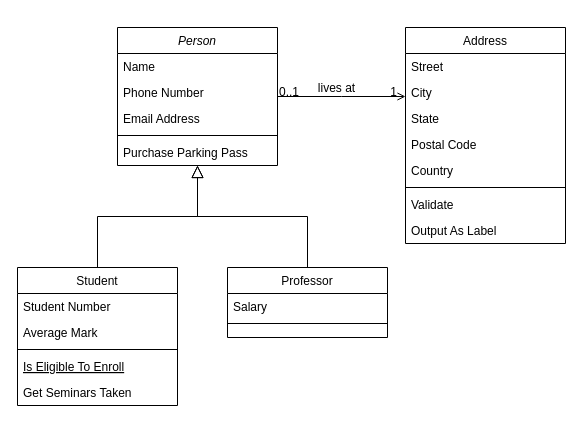
The draw.io diagram ThredLocal.drawio in belizer/whole-diagrams, before the edit. Source tidied: cells renumbered, new cells numbered last; positions are measured from the earlier drawing's top-left corner, leaving out a move shared by most shapes. Both pictures are drawn from the tidied source at 100%, with x=0, y=0 at pixel (17, 27).
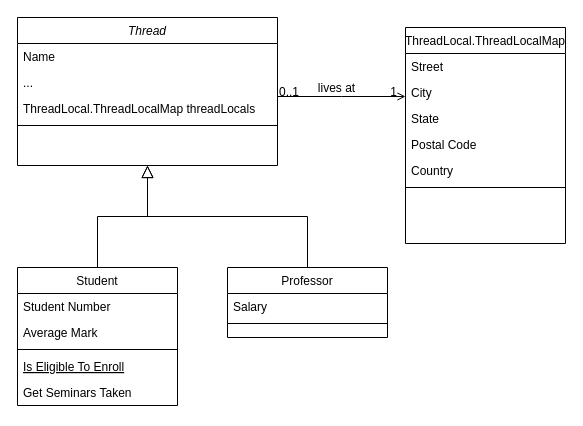
The same page after the edit.

Change to the diagram source:
```diff
@@
-    <mxCell id="2" value="Person" style="swimlane;fontStyle=2;align=center;verticalAlign=top;horizontal=1;startSize=26;rounded=0;shadow=0;strokeWidth=1;" parent="1" vertex="1">
-      <mxGeometry x="100" width="160" height="138" as="geometry" />
+    <mxCell id="2" value="Thread" style="swimlane;fontStyle=2;align=center;verticalAlign=top;horizontal=1;startSize=26;rounded=0;shadow=0;strokeWidth=1;" parent="1" vertex="1">
+      <mxGeometry y="-10" width="260" height="148" as="geometry" />
     </mxCell>
     <mxCell id="3" value="Name" style="text;align=left;verticalAlign=top;spacingLeft=4;spacingRight=4;overflow=hidden;" parent="2" vertex="1">
-      <mxGeometry y="26" width="160" height="26" as="geometry" />
+      <mxGeometry y="26" width="260" height="26" as="geometry" />
     </mxCell>
-    <mxCell id="4" value="Phone Number" style="text;align=left;verticalAlign=top;spacingLeft=4;spacingRight=4;overflow=hidden;rounded=0;shadow=0;html=0;" parent="2" vertex="1">
-      <mxGeometry y="52" width="160" height="26" as="geometry" />
+    <mxCell id="4" value="..." style="text;align=left;verticalAlign=top;spacingLeft=4;spacingRight=4;overflow=hidden;rounded=0;shadow=0;html=0;" parent="2" vertex="1">
+      <mxGeometry y="52" width="260" height="26" as="geometry" />
     </mxCell>
-    <mxCell id="5" value="Email Address" style="text;align=left;verticalAlign=top;spacingLeft=4;spacingRight=4;overflow=hidden;rounded=0;shadow=0;html=0;" parent="2" vertex="1">
-      <mxGeometry y="78" width="160" height="26" as="geometry" />
+    <mxCell id="5" value="ThreadLocal.ThreadLocalMap threadLocals" style="text;align=left;verticalAlign=top;spacingLeft=4;spacingRight=4;overflow=hidden;rounded=0;shadow=0;html=0;" parent="2" vertex="1">
+      <mxGeometry y="78" width="260" height="26" as="geometry" />
     </mxCell>
     <mxCell id="6" style="line;html=1;strokeWidth=1;align=left;verticalAlign=middle;spacingTop=-1;spacingLeft=3;spacingRight=3;labelPosition=right;" parent="2" vertex="1">
-      <mxGeometry y="104" width="160" height="8" as="geometry" />
+      <mxGeometry y="104" width="260" height="8" as="geometry" />
     </mxCell>
-    <mxCell id="7" value="Purchase Parking Pass" style="text;align=left;verticalAlign=top;spacingLeft=4;spacingRight=4;overflow=hidden;" parent="2" vertex="1">
-      <mxGeometry y="112" width="160" height="26" as="geometry" />
-    </mxCell>
@@
-    <mxCell id="19" value="Address" style="swimlane;fontStyle=0;align=center;verticalAlign=top;horizontal=1;startSize=26;rounded=0;shadow=0;strokeWidth=1;" parent="1" vertex="1">
+    <mxCell id="19" value="ThreadLocal.ThreadLocalMap" style="swimlane;fontStyle=0;align=center;verticalAlign=top;horizontal=1;startSize=26;rounded=0;shadow=0;strokeWidth=1;" parent="1" vertex="1">
       <mxGeometry x="388" width="160" height="216" as="geometry" />
     </mxCell>
@@
-    <mxCell id="26" value="Validate" style="text;align=left;verticalAlign=top;spacingLeft=4;spacingRight=4;overflow=hidden;" parent="19" vertex="1">
-      <mxGeometry y="164" width="160" height="26" as="geometry" />
-    </mxCell>
-    <mxCell id="27" value="Output As Label" style="text;align=left;verticalAlign=top;spacingLeft=4;spacingRight=4;overflow=hidden;" parent="19" vertex="1">
-      <mxGeometry y="190" width="160" height="26" as="geometry" />
-    </mxCell>
```
